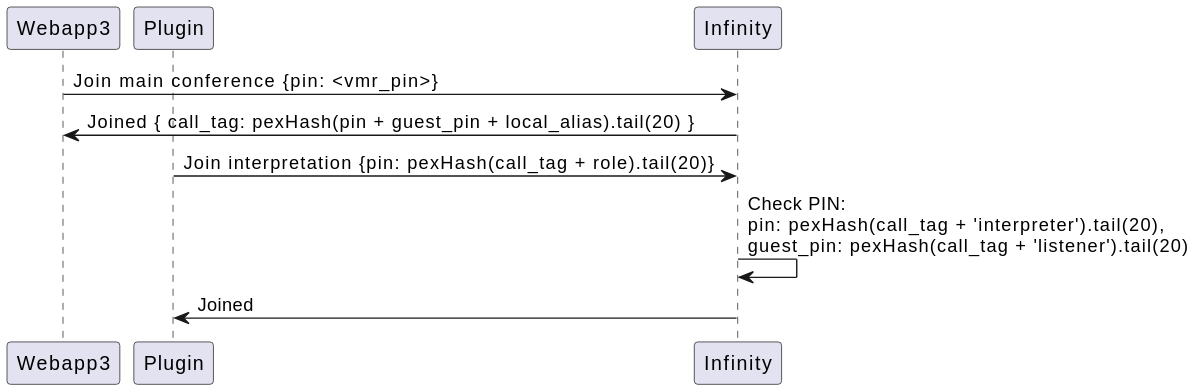
Above: docs/call_tag.svg in pexip/plugin-interpretation (PlantUML), before the change. The source it was exported from:
```plantuml
@startuml
participant Webapp3
participant Plugin
participant Infinity

Webapp3 -> Infinity: Join main conference {pin: <vmr_pin>}
Infinity -> Webapp3: Joined { call_tag: pexHash(pin + guest_pin + local_alias).tail(20) }
Plugin -> Infinity: Join interpretation {pin: pexHash(call_tag + role).tail(20)}
Infinity -> Infinity: Check PIN:\npin: pexHash(call_tag + 'interpreter').tail(20),\nguest_pin: pexHash(call_tag + 'listener').tail(20)
Infinity -> Plugin: Joined
@enduml
```
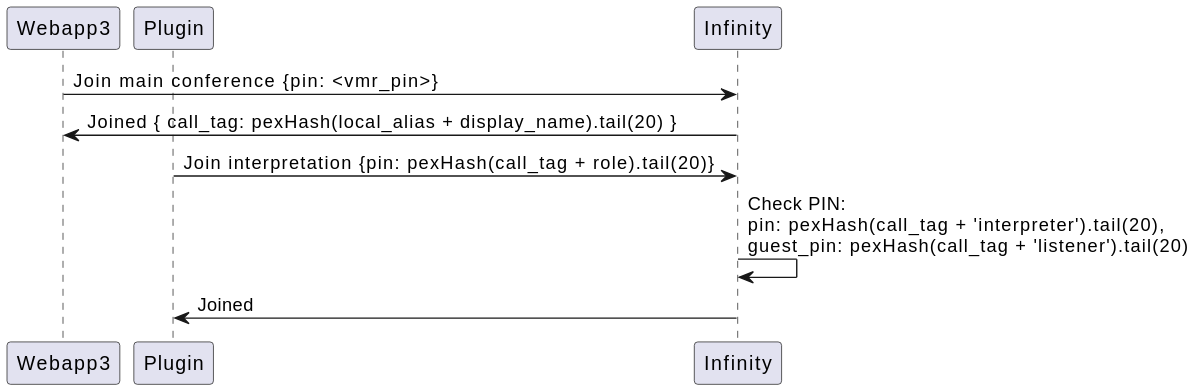
After the change.

Commit message:
docs: make some corrections to the local policy in the readme

What changed in the source:
```diff
@@ -4,7 +4,7 @@
 participant Infinity
 
 Webapp3 -> Infinity: Join main conference {pin: <vmr_pin>}
-Infinity -> Webapp3: Joined { call_tag: pexHash(pin + guest_pin + local_alias).tail(20) }
+Infinity -> Webapp3: Joined { call_tag: pexHash(local_alias + display_name).tail(20) }
 Plugin -> Infinity: Join interpretation {pin: pexHash(call_tag + role).tail(20)}
 Infinity -> Infinity: Check PIN:\npin: pexHash(call_tag + 'interpreter').tail(20),\nguest_pin: pexHash(call_tag + 'listener').tail(20)
 Infinity -> Plugin: Joined
```
